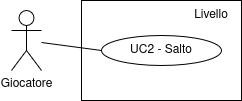
Before: Documentazione/source/imgs/uc-salto.png, a diagram exported from draw.io (fliposab/ProgettoStage). Source tidied: cells renumbered, new cells last; positions are measured from the earlier drawing's top-left corner, leaving out a move shared by most shapes.
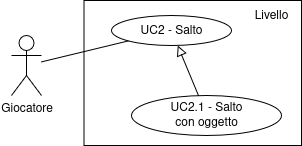
Above is the later version.

The edit, as a diff of the source:
```diff
@@ -3,19 +3,25 @@
     <mxCell id="0" />
     <mxCell id="1" parent="0" />
     <mxCell id="2" style="rounded=0;whiteSpace=wrap;html=1;gradientColor=none;" parent="1" vertex="1">
-      <mxGeometry x="70" width="160" height="100" as="geometry" />
+      <mxGeometry x="-327.5" y="-305" width="217.5" height="145" as="geometry" />
     </mxCell>
-    <mxCell id="3" style="rounded=0;jettySize=auto;html=1;entryX=0;entryY=0.5;entryDx=0;entryDy=0;endArrow=none;startFill=0;" parent="1" edge="1" source="4" target="5">
-      <mxGeometry relative="1" as="geometry" />
+    <mxCell id="3" value="Giocatore" style="shape=umlActor;verticalLabelPosition=bottom;verticalAlign=top;html=1;outlineConnect=0;" parent="1" vertex="1">
+      <mxGeometry x="-400" y="-270" width="30" height="60" as="geometry" />
     </mxCell>
-    <mxCell id="4" value="Giocatore" style="shape=umlActor;verticalLabelPosition=bottom;verticalAlign=top;html=1;outlineConnect=0;" parent="1" vertex="1">
-      <mxGeometry y="10" width="30" height="60" as="geometry" />
+    <mxCell id="4" value="UC2 - Salto" style="ellipse;whiteSpace=wrap;html=1;" parent="1" vertex="1">
+      <mxGeometry x="-300" y="-290" width="120" height="30" as="geometry" />
     </mxCell>
-    <mxCell id="5" value="UC2 - Salto" style="ellipse;whiteSpace=wrap;html=1;" parent="1" vertex="1">
-      <mxGeometry x="90" y="35" width="120" height="30" as="geometry" />
+    <mxCell id="5" style="edgeStyle=none;curved=1;rounded=0;jettySize=auto;html=1;fontSize=12;startSize=8;endSize=8;endArrow=block;endFill=0;" parent="1" edge="1" source="6" target="4">
+      <mxGeometry relative="1" as="geometry" />
     </mxCell>
-    <mxCell id="6" value="Livello" style="text;html=1;align=center;verticalAlign=middle;whiteSpace=wrap;rounded=0;" parent="1" vertex="1">
-      <mxGeometry x="170" width="60" height="30" as="geometry" />
+    <mxCell id="6" value="&lt;div&gt;UC2.1 - Salto&lt;/div&gt;&lt;div&gt;con oggetto&lt;/div&gt;" style="ellipse;whiteSpace=wrap;html=1;" parent="1" vertex="1">
+      <mxGeometry x="-280" y="-210" width="150" height="40" as="geometry" />
     </mxCell>
+    <mxCell id="7" value="Livello" style="text;html=1;align=center;verticalAlign=middle;whiteSpace=wrap;rounded=0;" parent="1" vertex="1">
+      <mxGeometry x="-170" y="-305" width="60" height="30" as="geometry" />
+    </mxCell>
+    <mxCell id="8" style="rounded=0;jettySize=auto;html=1;endArrow=none;startFill=0;" parent="1" edge="1" source="3" target="4">
+      <mxGeometry relative="1" as="geometry" />
+    </mxCell>
   </root>
 </mxGraphModel>
```
